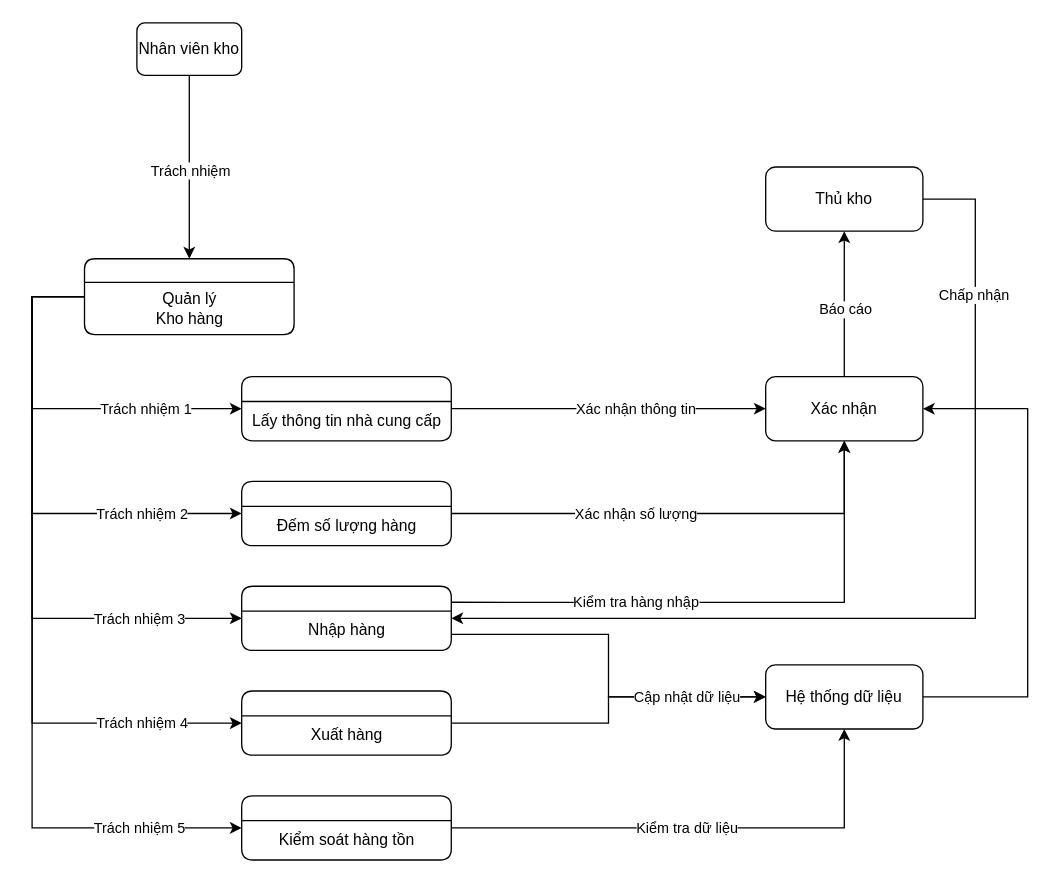
Earlier version of the draw.io diagram Untitled Diagram.drawio (An-Huy/BTL). Source tidied: cells renumbered, new cells numbered last; positions are measured from the earlier drawing's top-left corner, leaving out a move shared by most shapes. Both pictures are drawn from the tidied source at 131%, with x=0, y=0 at pixel (18, 22).
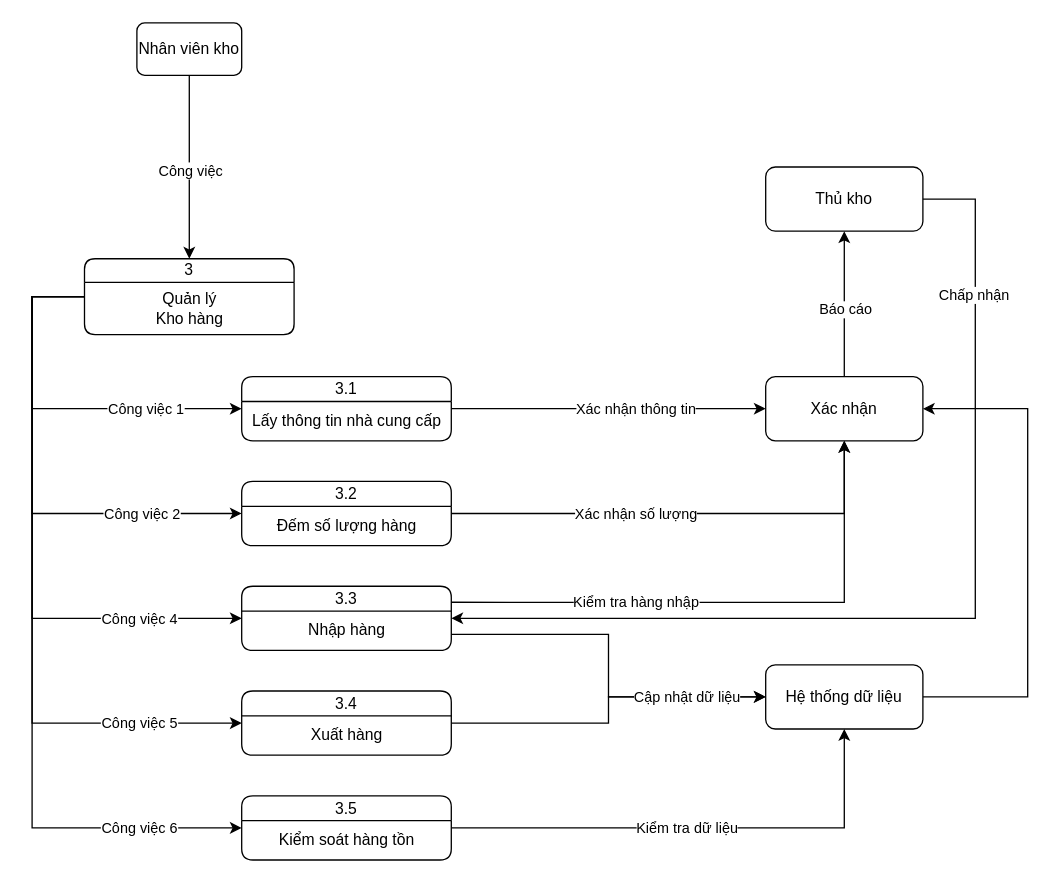
The same diagram, later.

Unchanged cells that the change refers to:
```xml
<mxCell id="2" style="edgeStyle=elbowEdgeStyle;rounded=0;jettySize=auto;html=1;entryX=0.5;entryY=0;entryDx=0;entryDy=0;labelBorderColor=none;" parent="1" edge="1" source="4" target="7">
  <mxGeometry relative="1" as="geometry" />
</mxCell>
<mxCell id="5" style="edgeStyle=elbowEdgeStyle;rounded=0;jettySize=auto;html=1;labelBorderColor=none;exitX=0;exitY=0.5;exitDx=0;exitDy=0;entryX=0;entryY=0.5;entryDx=0;entryDy=0;" parent="1" edge="1" source="7" target="11">
  <mxGeometry relative="1" as="geometry">
    <Array as="points">
      <mxPoint x="10" y="355" />
      <mxPoint x="21" y="270" />
    </Array>
  </mxGeometry>
</mxCell>
<mxCell id="31" style="edgeStyle=elbowEdgeStyle;rounded=0;jettySize=auto;html=1;labelBorderColor=none;entryX=0;entryY=0.5;entryDx=0;entryDy=0;exitX=0;exitY=0.5;exitDx=0;exitDy=0;" parent="1" edge="1" source="7" target="16">
  <mxGeometry relative="1" as="geometry">
    <Array as="points">
      <mxPoint x="10" y="370" />
      <mxPoint y="330" />
      <mxPoint x="21" y="320" />
      <mxPoint x="261" y="270" />
    </Array>
  </mxGeometry>
</mxCell>
<mxCell id="33" style="edgeStyle=elbowEdgeStyle;rounded=0;jettySize=auto;html=1;labelBorderColor=none;entryX=0;entryY=0.5;entryDx=0;entryDy=0;exitX=0;exitY=0.5;exitDx=0;exitDy=0;" parent="1" edge="1" source="7" target="21">
  <mxGeometry relative="1" as="geometry">
    <Array as="points">
      <mxPoint x="10" y="340" />
      <mxPoint x="21" y="300" />
      <mxPoint x="261" y="270" />
    </Array>
  </mxGeometry>
</mxCell>
<mxCell id="35" style="edgeStyle=elbowEdgeStyle;rounded=0;jettySize=auto;html=1;entryX=0;entryY=0.5;entryDx=0;entryDy=0;labelBorderColor=none;exitX=0;exitY=0.5;exitDx=0;exitDy=0;" parent="1" edge="1" source="7" target="25">
  <mxGeometry relative="1" as="geometry">
    <Array as="points">
      <mxPoint x="10" y="340" />
      <mxPoint x="21" y="430" />
      <mxPoint x="261" y="260" />
    </Array>
  </mxGeometry>
</mxCell>
<mxCell id="37" style="edgeStyle=elbowEdgeStyle;rounded=0;jettySize=auto;html=1;labelBorderColor=none;entryX=0;entryY=0.5;entryDx=0;entryDy=0;exitX=0;exitY=0.5;exitDx=0;exitDy=0;" parent="1" edge="1" source="7" target="29">
  <mxGeometry relative="1" as="geometry">
    <Array as="points">
      <mxPoint x="10" y="270" />
      <mxPoint x="21" y="320" />
      <mxPoint x="261" y="270" />
    </Array>
  </mxGeometry>
</mxCell>
```

Change to the diagram source:
```diff
@@
-    <mxCell id="3" value="Trách nhiệm" style="edgeLabel;html=1;align=center;verticalAlign=middle;" parent="2" vertex="1">
+    <mxCell id="3" value="Công việc" style="edgeLabel;html=1;align=center;verticalAlign=middle;" parent="2" vertex="1">
       <mxGeometry x="-0.11" relative="1" as="geometry">
         <mxPoint y="10" as="offset" />
       </mxGeometry>
     </mxCell>
@@
-    <mxCell id="6" value="Trách nhiệm 1" style="edgeLabel;html=1;align=center;verticalAlign=middle;" parent="5" vertex="1">
+    <mxCell id="6" value="Công việc 1" style="edgeLabel;html=1;align=center;verticalAlign=middle;" parent="5" vertex="1">
       <mxGeometry x="0.14" y="3" relative="1" as="geometry">
         <mxPoint x="49" y="3" as="offset" />
       </mxGeometry>
     </mxCell>
-    <mxCell id="7" style="swimlane;fontStyle=0;horizontal=1;startSize=18;whiteSpace=wrap;html=1;rounded=1;fillStyle=hatch;" parent="1" vertex="1">
+    <mxCell id="7" value="3" style="swimlane;fontStyle=0;horizontal=1;startSize=18;whiteSpace=wrap;html=1;rounded=1;fillStyle=hatch;" parent="1" vertex="1">
       <mxGeometry x="50" y="180" width="160" height="58" as="geometry" />
     </mxCell>
@@
-    <mxCell id="11" style="swimlane;fontStyle=0;horizontal=1;startSize=19;whiteSpace=wrap;html=1;rounded=1;fillStyle=hatch;" parent="1" vertex="1">
+    <mxCell id="11" value="3.1" style="swimlane;fontStyle=0;horizontal=1;startSize=19;whiteSpace=wrap;html=1;rounded=1;fillStyle=hatch;" parent="1" vertex="1">
       <mxGeometry x="170" y="270" width="160" height="49" as="geometry" />
     </mxCell>
@@
-    <mxCell id="16" style="swimlane;fontStyle=0;horizontal=1;startSize=19;whiteSpace=wrap;html=1;rounded=1;fillStyle=hatch;" parent="1" vertex="1">
+    <mxCell id="16" value="3.2" style="swimlane;fontStyle=0;horizontal=1;startSize=19;whiteSpace=wrap;html=1;rounded=1;fillStyle=hatch;" parent="1" vertex="1">
       <mxGeometry x="170" y="350" width="160" height="49" as="geometry" />
     </mxCell>
@@
-    <mxCell id="21" style="swimlane;fontStyle=0;horizontal=1;startSize=19;whiteSpace=wrap;html=1;rounded=1;fillStyle=hatch;" parent="1" vertex="1">
+    <mxCell id="21" value="3.3" style="swimlane;fontStyle=0;horizontal=1;startSize=19;whiteSpace=wrap;html=1;rounded=1;fillStyle=hatch;" parent="1" vertex="1">
       <mxGeometry x="170" y="430" width="160" height="49" as="geometry" />
     </mxCell>
@@
-    <mxCell id="25" style="swimlane;fontStyle=0;horizontal=1;startSize=19;whiteSpace=wrap;html=1;rounded=1;fillStyle=hatch;" parent="1" vertex="1">
+    <mxCell id="25" value="3.4" style="swimlane;fontStyle=0;horizontal=1;startSize=19;whiteSpace=wrap;html=1;rounded=1;fillStyle=hatch;" parent="1" vertex="1">
       <mxGeometry x="170" y="510" width="160" height="49" as="geometry" />
     </mxCell>
@@
-    <mxCell id="29" style="swimlane;fontStyle=0;horizontal=1;startSize=19;whiteSpace=wrap;html=1;rounded=1;fillStyle=hatch;" parent="1" vertex="1">
+    <mxCell id="29" value="3.5" style="swimlane;fontStyle=0;horizontal=1;startSize=19;whiteSpace=wrap;html=1;rounded=1;fillStyle=hatch;" parent="1" vertex="1">
       <mxGeometry x="170" y="590" width="160" height="49" as="geometry" />
     </mxCell>
@@
-    <mxCell id="32" value="Trách nhiệm 2" style="edgeLabel;html=1;align=center;verticalAlign=middle;" parent="31" vertex="1">
+    <mxCell id="32" value="Công việc 2" style="edgeLabel;html=1;align=center;verticalAlign=middle;" parent="31" vertex="1">
       <mxGeometry x="0.59" y="-2" relative="1" as="geometry">
         <mxPoint x="-2" y="-2" as="offset" />
       </mxGeometry>
     </mxCell>
@@
-    <mxCell id="34" value="Trách nhiệm 3" style="edgeLabel;html=1;align=center;verticalAlign=middle;" parent="33" vertex="1">
+    <mxCell id="34" value="Công việc 4" style="edgeLabel;html=1;align=center;verticalAlign=middle;" parent="33" vertex="1">
       <mxGeometry x="0.67" y="-2" relative="1" as="geometry">
         <mxPoint x="-5" y="-2" as="offset" />
       </mxGeometry>
     </mxCell>
@@
-    <mxCell id="36" value="Trách nhiệm 4" style="edgeLabel;html=1;align=center;verticalAlign=middle;" parent="35" vertex="1">
+    <mxCell id="36" value="Công việc 5" style="edgeLabel;html=1;align=center;verticalAlign=middle;" parent="35" vertex="1">
       <mxGeometry x="0.71" y="-2" relative="1" as="geometry">
-        <mxPoint y="-2" as="offset" />
+        <mxPoint x="-2" y="-2" as="offset" />
       </mxGeometry>
     </mxCell>
@@
-    <mxCell id="38" value="Trách nhiệm 5" style="edgeLabel;html=1;align=center;verticalAlign=middle;" parent="37" vertex="1">
+    <mxCell id="38" value="Công việc 6" style="edgeLabel;html=1;align=center;verticalAlign=middle;" parent="37" vertex="1">
       <mxGeometry x="0.79" y="-2" relative="1" as="geometry">
         <mxPoint x="-15" y="-2" as="offset" />
       </mxGeometry>
     </mxCell>
```
